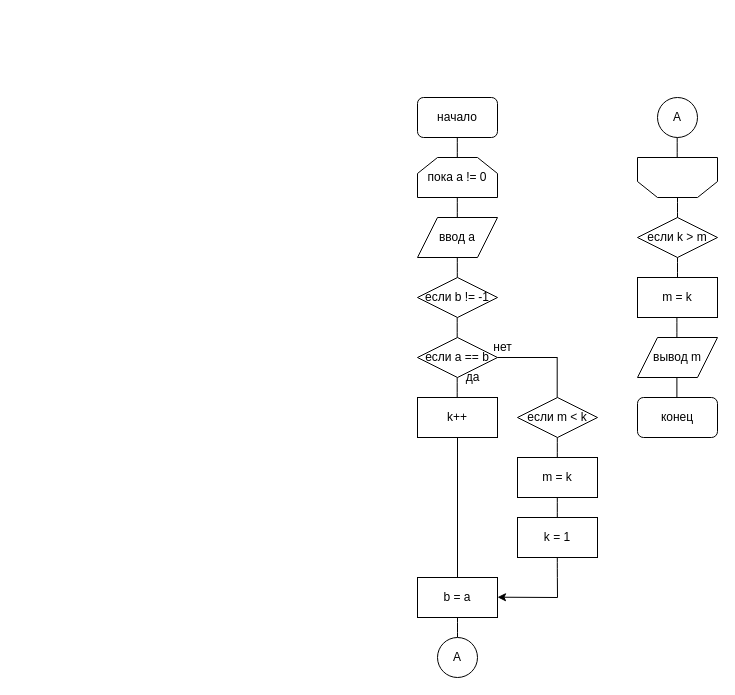
Before: Untitled Diagram.drawio in AGCher/TiMP_lab1, a draw.io diagram. Source tidied: cells renumbered, new cells numbered last; positions are measured from the earlier drawing's top-left corner, leaving out a move shared by most shapes. Both pictures are drawn from the tidied source at 100%, with x=0, y=0 at pixel (417, 97).
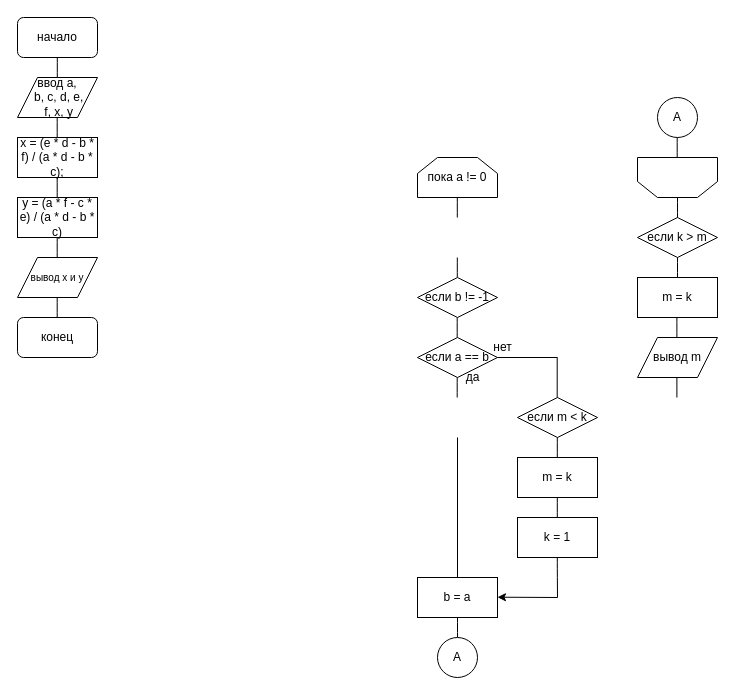
After the change.

Diff of the diagram source:
```diff
@@
     <mxCell id="2" value="начало" style="rounded=1;whiteSpace=wrap;html=1;" parent="1" vertex="1">
-      <mxGeometry width="80" height="40" as="geometry" />
+      <mxGeometry x="-400" y="-80" width="80" height="40" as="geometry" />
     </mxCell>
-    <mxCell id="3" value="ввод a" style="shape=parallelogram;perimeter=parallelogramPerimeter;whiteSpace=wrap;html=1;fixedSize=1;" parent="1" vertex="1">
-      <mxGeometry y="120" width="80" height="40" as="geometry" />
+    <mxCell id="3" value="ввод&amp;nbsp;a,&lt;br&gt;&amp;nbsp;b, c, d, e,&lt;br&gt;&amp;nbsp;f, x, y" style="shape=parallelogram;perimeter=parallelogramPerimeter;whiteSpace=wrap;html=1;fixedSize=1;" parent="1" vertex="1">
+      <mxGeometry x="-400" y="-20" width="80" height="40" as="geometry" />
     </mxCell>
     <mxCell id="4" style="endArrow=none;html=1;" parent="1" edge="1">
       <mxGeometry relative="1" as="geometry">
-        <mxPoint x="39.8" y="60" as="sourcePoint" />
-        <mxPoint x="39.8" y="40" as="targetPoint" />
+        <mxPoint x="-360.2" y="-20" as="sourcePoint" />
+        <mxPoint x="-360.2" y="-40" as="targetPoint" />
         <Array as="points">
-          <mxPoint x="39.8" y="50" />
+          <mxPoint x="-360.2" y="-30" />
         </Array>
       </mxGeometry>
     </mxCell>
@@
     <mxCell id="6" value="конец" style="rounded=1;whiteSpace=wrap;html=1;" parent="1" vertex="1">
-      <mxGeometry x="220" y="300" width="80" height="40" as="geometry" />
+      <mxGeometry x="-400" y="220" width="80" height="40" as="geometry" />
     </mxCell>
@@
-    <mxCell id="17" value="k++" style="rounded=0;whiteSpace=wrap;html=1;" parent="1" vertex="1">
-      <mxGeometry y="300" width="80" height="40" as="geometry" />
+    <mxCell id="17" value="x = (e * d - b * f) / (a * d - b * c);" style="rounded=0;whiteSpace=wrap;html=1;" parent="1" vertex="1">
+      <mxGeometry x="-400" y="40" width="80" height="40" as="geometry" />
     </mxCell>
@@
+    <mxCell id="39" value="&lt;font size=&quot;1&quot;&gt;вывод x и y&lt;/font&gt;" style="shape=parallelogram;perimeter=parallelogramPerimeter;whiteSpace=wrap;html=1;fixedSize=1;" parent="1" vertex="1">
+      <mxGeometry x="-400" y="160" width="80" height="40" as="geometry" />
+    </mxCell>
+    <mxCell id="40" style="endArrow=none;html=1;" parent="1" edge="1">
+      <mxGeometry relative="1" as="geometry">
+        <mxPoint x="-360.3" y="40" as="sourcePoint" />
+        <mxPoint x="-360.3" y="20" as="targetPoint" />
+        <Array as="points">
+          <mxPoint x="-360.3" y="30" />
+        </Array>
+      </mxGeometry>
+    </mxCell>
+    <mxCell id="41" style="endArrow=none;html=1;" parent="1" edge="1">
+      <mxGeometry relative="1" as="geometry">
+        <mxPoint x="-360.3" y="100" as="sourcePoint" />
+        <mxPoint x="-360.3" y="80" as="targetPoint" />
+        <Array as="points">
+          <mxPoint x="-360.3" y="90" />
+        </Array>
+      </mxGeometry>
+    </mxCell>
+    <mxCell id="42" style="endArrow=none;html=1;" parent="1" edge="1">
+      <mxGeometry relative="1" as="geometry">
+        <mxPoint x="-360.3" y="220" as="sourcePoint" />
+        <mxPoint x="-360.3" y="200" as="targetPoint" />
+        <Array as="points">
+          <mxPoint x="-360.3" y="210" />
+        </Array>
+      </mxGeometry>
+    </mxCell>
+    <mxCell id="43" value="y = (a * f - c * e) / (a * d - b * c)" style="rounded=0;whiteSpace=wrap;html=1;" parent="1" vertex="1">
+      <mxGeometry x="-400" y="100" width="80" height="40" as="geometry" />
+    </mxCell>
+    <mxCell id="44" style="endArrow=none;html=1;" parent="1" edge="1">
+      <mxGeometry relative="1" as="geometry">
+        <mxPoint x="-360.3" y="160" as="sourcePoint" />
+        <mxPoint x="-360.3" y="140" as="targetPoint" />
+        <Array as="points">
+          <mxPoint x="-360.3" y="150" />
+        </Array>
+      </mxGeometry>
+    </mxCell>
```
